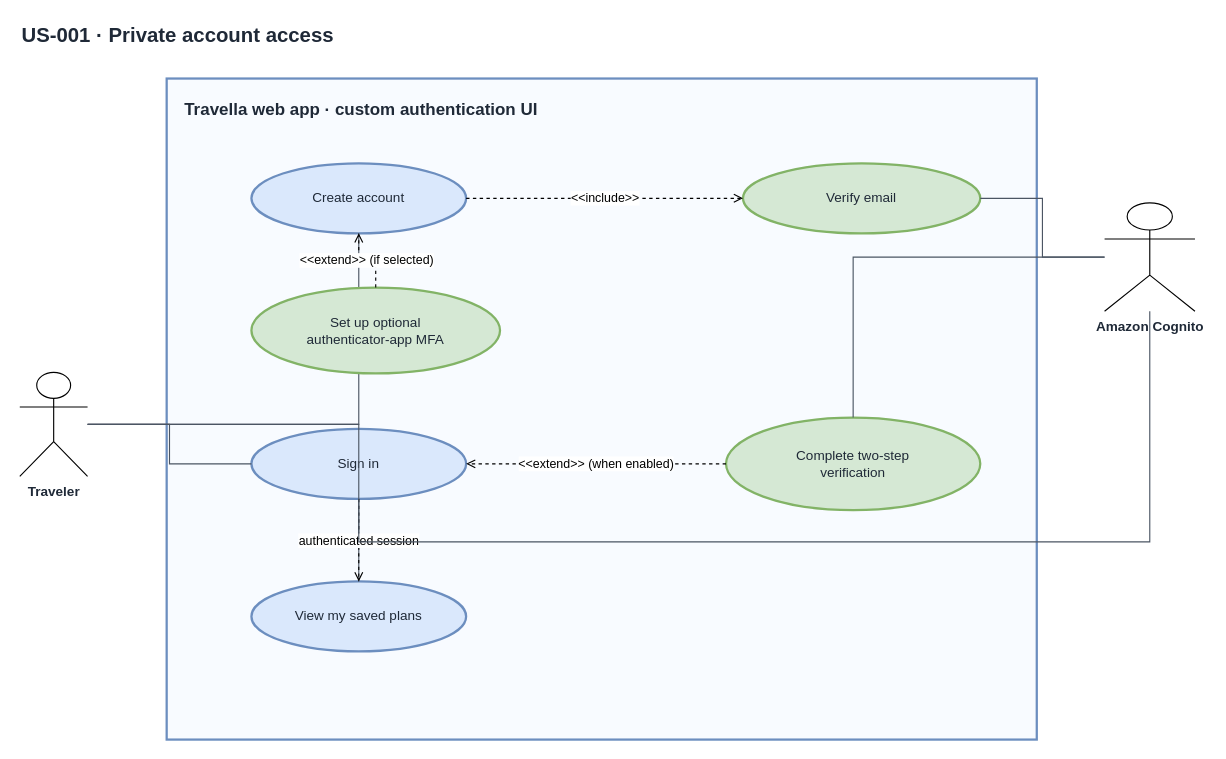
This is docs/user-stories/login/login-use-case.drawio from Merthadam/travella, a draw.io file, before an edit. Source tidied: cells renumbered, new cells numbered last; positions are measured from the earlier drawing's top-left corner, leaving out a move shared by most shapes. Both pictures are drawn from the tidied source at 113%, with x=0, y=0 at pixel (19, 19).
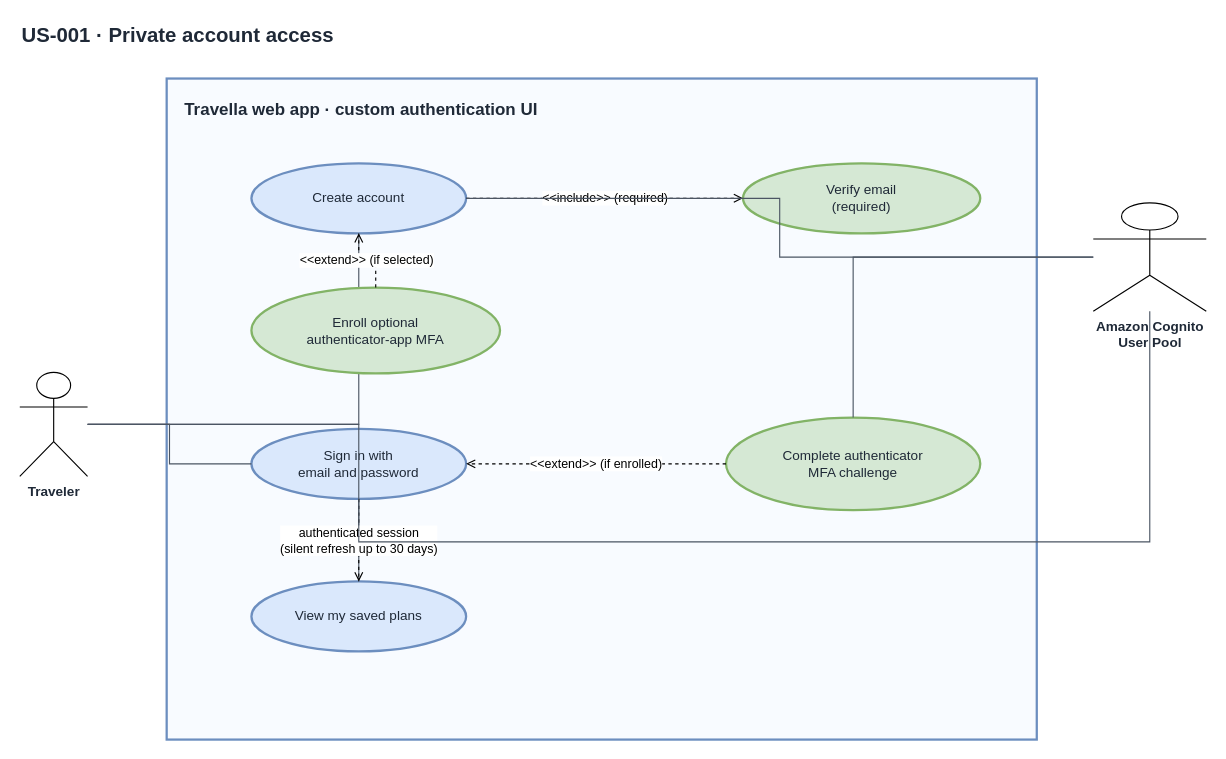
After the change.

Commit message (it also covers changes not shown here):
Align login diagrams with Cognito design

The change refers to these unchanged cells:
```xml
<mxCell id="5" value="Create account" style="ellipse;whiteSpace=wrap;html=1;fillColor=#dae8fc;strokeColor=#6c8ebf;strokeWidth=2;fontColor=#1f2937;" parent="1" vertex="1">
  <mxGeometry x="205" y="127" width="190" height="62" as="geometry" />
</mxCell>
<mxCell id="9" value="View my saved plans" style="ellipse;whiteSpace=wrap;html=1;fillColor=#dae8fc;strokeColor=#6c8ebf;strokeWidth=2;fontColor=#1f2937;" parent="1" vertex="1">
  <mxGeometry x="205" y="497" width="190" height="62" as="geometry" />
</mxCell>
```

What changed in the source:
```diff
@@
-    <mxCell id="6" value="Verify email" style="ellipse;whiteSpace=wrap;html=1;fillColor=#d5e8d4;strokeColor=#82b366;strokeWidth=2;fontColor=#1f2937;" parent="1" vertex="1">
+    <mxCell id="6" value="Verify email&lt;br&gt;(required)" style="ellipse;whiteSpace=wrap;html=1;fillColor=#d5e8d4;strokeColor=#82b366;strokeWidth=2;fontColor=#1f2937;" parent="1" vertex="1">
       <mxGeometry x="640" y="127" width="210" height="62" as="geometry" />
     </mxCell>
-    <mxCell id="7" value="Sign in" style="ellipse;whiteSpace=wrap;html=1;fillColor=#dae8fc;strokeColor=#6c8ebf;strokeWidth=2;fontColor=#1f2937;" parent="1" vertex="1">
+    <mxCell id="7" value="Sign in with&lt;br&gt;email and password" style="ellipse;whiteSpace=wrap;html=1;fillColor=#dae8fc;strokeColor=#6c8ebf;strokeWidth=2;fontColor=#1f2937;" parent="1" vertex="1">
       <mxGeometry x="205" y="362" width="190" height="62" as="geometry" />
     </mxCell>
-    <mxCell id="8" value="Complete two-step&lt;br&gt;verification" style="ellipse;whiteSpace=wrap;html=1;fillColor=#d5e8d4;strokeColor=#82b366;strokeWidth=2;fontColor=#1f2937;" parent="1" vertex="1">
+    <mxCell id="8" value="Complete authenticator&lt;br&gt;MFA challenge" style="ellipse;whiteSpace=wrap;html=1;fillColor=#d5e8d4;strokeColor=#82b366;strokeWidth=2;fontColor=#1f2937;" parent="1" vertex="1">
       <mxGeometry x="625" y="352" width="225" height="82" as="geometry" />
     </mxCell>
@@
-    <mxCell id="10" value="Amazon Cognito" style="shape=umlActor;verticalLabelPosition=bottom;verticalAlign=top;html=1;fontStyle=1;fontColor=#1f2937;" parent="1" vertex="1">
-      <mxGeometry x="960" y="162" width="80" height="96" as="geometry" />
+    <mxCell id="10" value="Amazon Cognito&lt;br&gt;User Pool" style="shape=umlActor;verticalLabelPosition=bottom;verticalAlign=top;html=1;fontStyle=1;fontColor=#1f2937;" parent="1" vertex="1">
+      <mxGeometry x="950" y="162" width="100" height="96" as="geometry" />
     </mxCell>
@@
-    <mxCell id="14" value="&amp;lt;&amp;lt;include&amp;gt;&amp;gt;" style="endArrow=open;endFill=0;dashed=1;html=1;rounded=0;edgeStyle=orthogonalEdgeStyle;labelBackgroundColor=#ffffff;fontSize=11;" parent="1" edge="1" source="5" target="6">
+    <mxCell id="14" value="&amp;lt;&amp;lt;include&amp;gt;&amp;gt; (required)" style="endArrow=open;endFill=0;dashed=1;html=1;rounded=0;edgeStyle=orthogonalEdgeStyle;labelBackgroundColor=#ffffff;fontSize=11;" parent="1" edge="1" source="5" target="6">
       <mxGeometry relative="1" as="geometry" />
     </mxCell>
-    <mxCell id="15" value="&amp;lt;&amp;lt;extend&amp;gt;&amp;gt; (when enabled)" style="endArrow=open;endFill=0;dashed=1;html=1;rounded=0;edgeStyle=orthogonalEdgeStyle;labelBackgroundColor=#ffffff;fontSize=11;" parent="1" edge="1" source="8" target="7">
+    <mxCell id="15" value="&amp;lt;&amp;lt;extend&amp;gt;&amp;gt; (if enrolled)" style="endArrow=open;endFill=0;dashed=1;html=1;rounded=0;edgeStyle=orthogonalEdgeStyle;labelBackgroundColor=#ffffff;fontSize=11;" parent="1" edge="1" source="8" target="7">
       <mxGeometry relative="1" as="geometry" />
     </mxCell>
-    <mxCell id="16" value="authenticated session" style="endArrow=open;endFill=0;dashed=1;html=1;rounded=0;edgeStyle=orthogonalEdgeStyle;labelBackgroundColor=#ffffff;fontSize=11;" parent="1" edge="1" source="7" target="9">
+    <mxCell id="16" value="authenticated session&lt;br&gt;(silent refresh up to 30 days)" style="endArrow=open;endFill=0;dashed=1;html=1;rounded=0;edgeStyle=orthogonalEdgeStyle;labelBackgroundColor=#ffffff;fontSize=11;" parent="1" edge="1" source="7" target="9">
       <mxGeometry relative="1" as="geometry" />
     </mxCell>
-    <mxCell id="17" style="endArrow=none;html=1;rounded=0;edgeStyle=orthogonalEdgeStyle;strokeColor=#4b5563;" parent="1" edge="1" source="10" target="6">
+    <mxCell id="17" style="endArrow=none;html=1;rounded=0;edgeStyle=orthogonalEdgeStyle;strokeColor=#4b5563;" parent="1" edge="1" source="10" target="5">
       <mxGeometry relative="1" as="geometry" />
     </mxCell>
@@
-    <mxCell id="20" value="Set up optional&lt;br&gt;authenticator-app MFA" style="ellipse;whiteSpace=wrap;html=1;fillColor=#d5e8d4;strokeColor=#82b366;strokeWidth=2;fontColor=#1f2937;" parent="1" vertex="1">
+    <mxCell id="20" value="Enroll optional&lt;br&gt;authenticator-app MFA" style="ellipse;whiteSpace=wrap;html=1;fillColor=#d5e8d4;strokeColor=#82b366;strokeWidth=2;fontColor=#1f2937;" parent="1" vertex="1">
       <mxGeometry x="205" y="237" width="220" height="76" as="geometry" />
     </mxCell>
```
